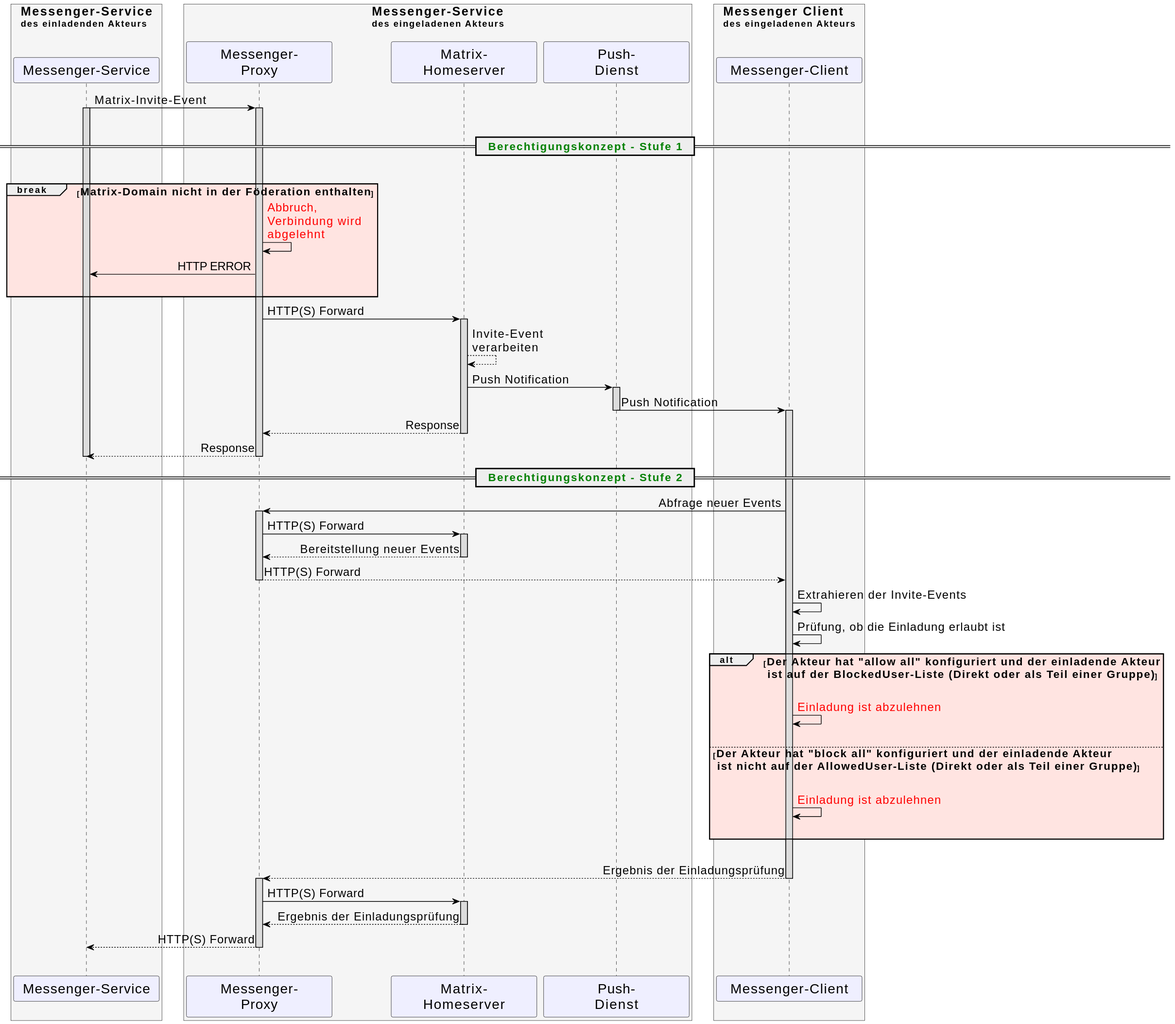
gematik/api-ti-messenger keeps this PlantUML diagram as images/diagrams/TI-Messenger-Dienst/Ressourcen/UC_Approvel_List_Seq.svg. Above is the earlier version.
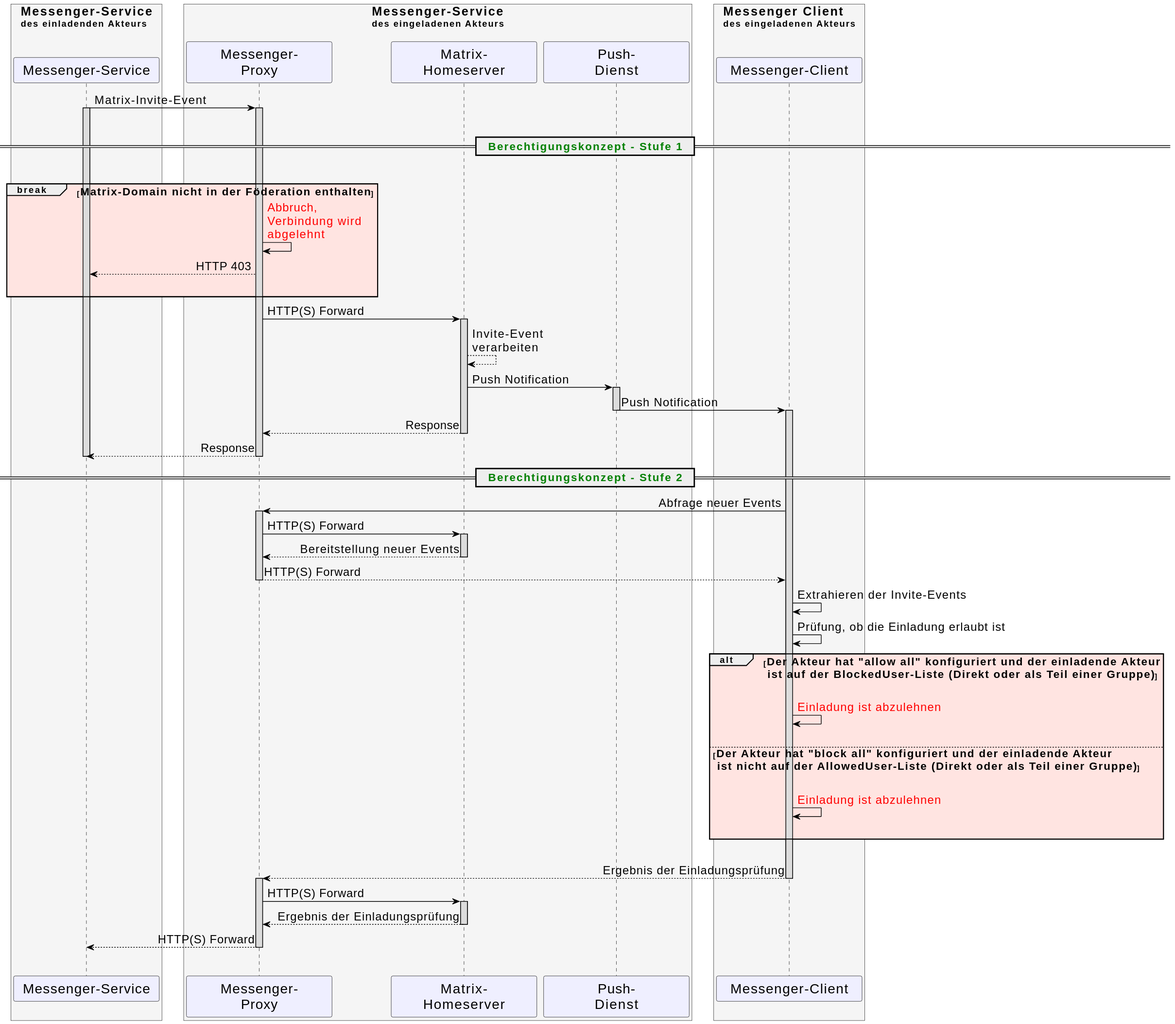
After the commit.

Diff of the diagram source:
```diff
@@ -14,6 +14,7 @@
 
   ParticipantBorderColor Motivation
   ParticipantBackgroundColor Motivation
+
   ParticipantFontSize 20
   ParticipantFontColor black
   ParticipantBorderColor Black
@@ -43,7 +44,7 @@
 |||
 break #MistyRose <size:16>Matrix-Domain nicht in der Föderation enthalten</size>
   MP2->MP2:<font color=red>Abbruch, \n<font color=red>Verbindung wird \n<font color=red>abgelehnt</font>
-  MP2->MS: HTTP ERROR
+  MP2-->MS: HTTP 403
   |||
   end
 
```
